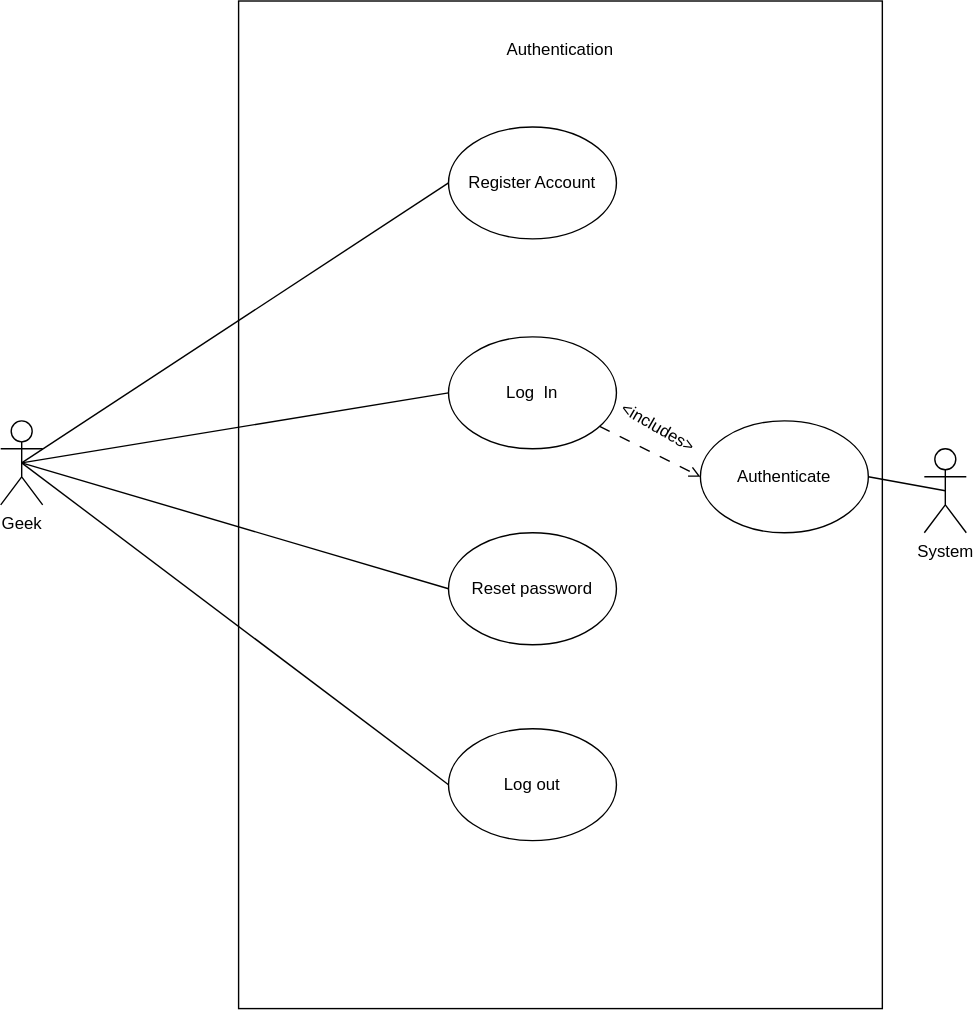
Before: Deliverable1/UsecaseDiagrams/Authentication.drawio.svg, a diagram exported from draw.io (tshegofatso-motlhakane/Geeks-Chat). Source tidied: cells renumbered, new cells last; positions are measured from the earlier drawing's top-left corner, leaving out a move shared by most shapes.
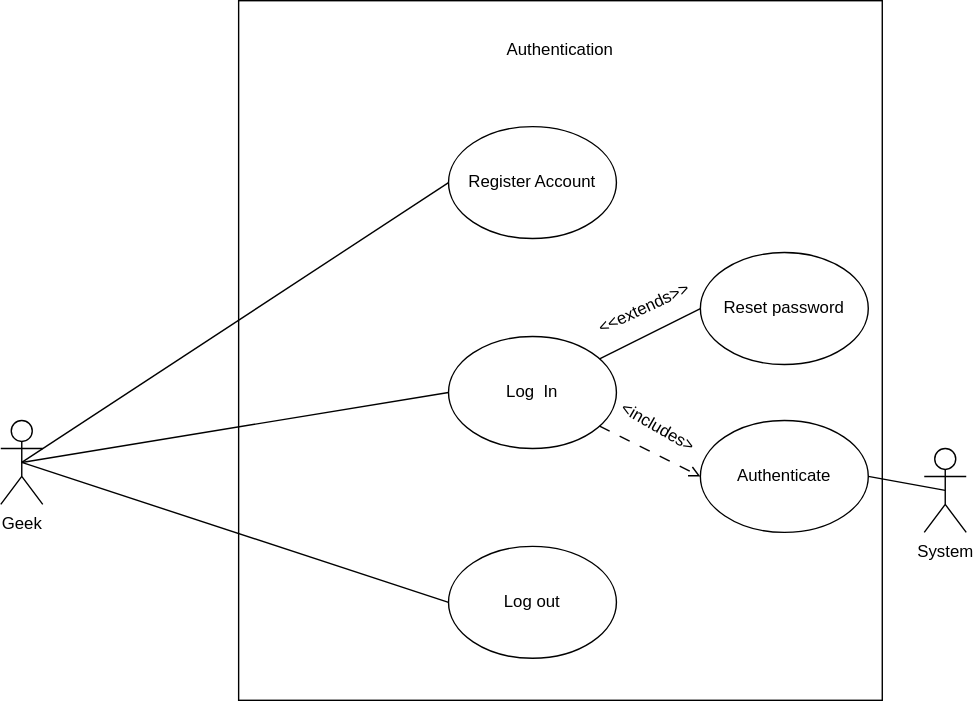
The same file after the commit.

Change to the diagram source:
```diff
@@ -3,7 +3,7 @@
     <mxCell id="0" />
     <mxCell id="1" parent="0" />
     <mxCell id="2" style="rounded=0;whiteSpace=wrap;html=1;" parent="1" vertex="1">
-      <mxGeometry x="170" width="460" height="720" as="geometry" />
+      <mxGeometry x="170" width="460" height="500" as="geometry" />
     </mxCell>
     <mxCell id="3" value="Geek" style="shape=umlActor;verticalLabelPosition=bottom;verticalAlign=top;html=1;outlineConnect=0;" parent="1" vertex="1">
       <mxGeometry y="300" width="30" height="60" as="geometry" />
@@ -18,10 +18,10 @@
       <mxGeometry x="320" y="240" width="120" height="80" as="geometry" />
     </mxCell>
     <mxCell id="7" value="Reset password" style="ellipse;whiteSpace=wrap;html=1;" parent="1" vertex="1">
-      <mxGeometry x="320" y="380" width="120" height="80" as="geometry" />
+      <mxGeometry x="500" y="180" width="120" height="80" as="geometry" />
     </mxCell>
     <mxCell id="8" value="Log out" style="ellipse;whiteSpace=wrap;html=1;" parent="1" vertex="1">
-      <mxGeometry x="320" y="520" width="120" height="80" as="geometry" />
+      <mxGeometry x="320" y="390" width="120" height="80" as="geometry" />
     </mxCell>
     <mxCell id="9" style="endArrow=none;html=1;rounded=0;exitX=0.5;exitY=0.5;exitDx=0;exitDy=0;exitPerimeter=0;entryX=0;entryY=0.5;entryDx=0;entryDy=0;" parent="1" edge="1" source="3" target="5">
       <mxGeometry relative="1" as="geometry" />
@@ -29,9 +29,6 @@
     <mxCell id="10" style="endArrow=none;html=1;rounded=0;exitX=0.5;exitY=0.5;exitDx=0;exitDy=0;exitPerimeter=0;entryX=0;entryY=0.5;entryDx=0;entryDy=0;" parent="1" edge="1" source="3" target="6">
       <mxGeometry relative="1" as="geometry" />
     </mxCell>
-    <mxCell id="11" style="endArrow=none;html=1;rounded=0;exitX=0.5;exitY=0.5;exitDx=0;exitDy=0;exitPerimeter=0;entryX=0;entryY=0.5;entryDx=0;entryDy=0;" parent="1" edge="1" source="3" target="7">
-      <mxGeometry relative="1" as="geometry" />
-    </mxCell>
     <mxCell id="12" style="endArrow=none;html=1;rounded=0;entryX=0;entryY=0.5;entryDx=0;entryDy=0;exitX=0.5;exitY=0.5;exitDx=0;exitDy=0;exitPerimeter=0;" parent="1" edge="1" source="3" target="8">
       <mxGeometry relative="1" as="geometry" />
     </mxCell>
@@ -50,5 +47,11 @@
     <mxCell id="17" value="&amp;lt;includes&amp;gt;" style="text;html=1;strokeColor=none;fillColor=none;align=center;verticalAlign=middle;whiteSpace=wrap;rounded=0;rotation=30;" parent="1" vertex="1">
       <mxGeometry x="440" y="290" width="60" height="30" as="geometry" />
     </mxCell>
+    <mxCell id="18" style="endArrow=none;html=1;rounded=0;entryX=0;entryY=0.5;entryDx=0;entryDy=0;" parent="1" edge="1" source="6" target="7">
+      <mxGeometry relative="1" as="geometry" />
+    </mxCell>
+    <mxCell id="19" value="&amp;lt;&amp;lt;extends&amp;gt;&amp;gt;" style="text;html=1;strokeColor=none;fillColor=none;align=center;verticalAlign=middle;whiteSpace=wrap;rounded=0;rotation=-25;" parent="1" vertex="1">
+      <mxGeometry x="430" y="205" width="60" height="30" as="geometry" />
+    </mxCell>
   </root>
 </mxGraphModel>
```
